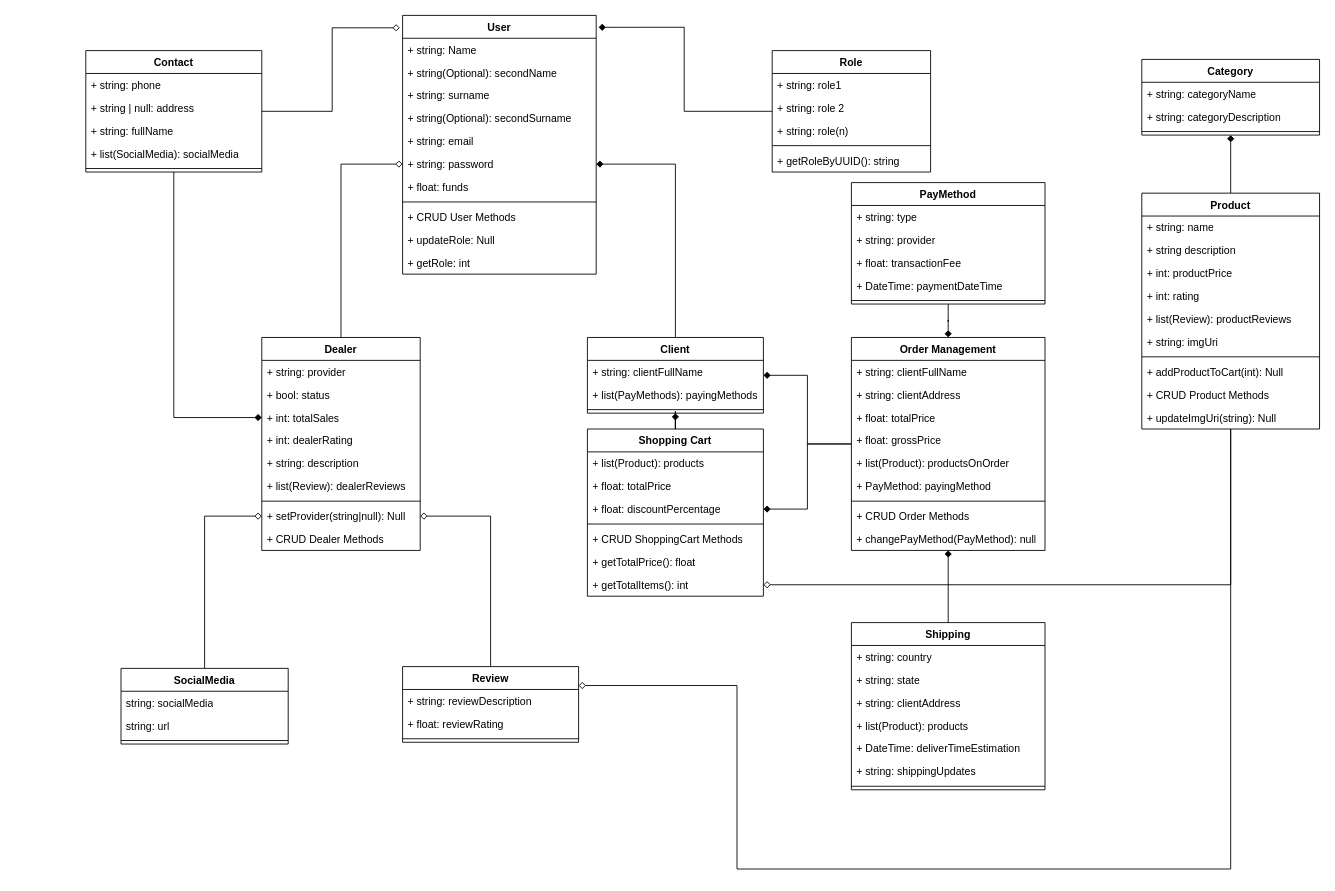
Earlier version of the draw.io diagram Requeriment_Diagram.drawio (SebastA-Dev/Feature-Projects). Source tidied: cells renumbered, new cells numbered last; positions are measured from the earlier drawing's top-left corner, leaving out a move shared by most shapes. Both pictures are drawn from the tidied source at 88%, with x=0, y=0 at pixel (85, 15).
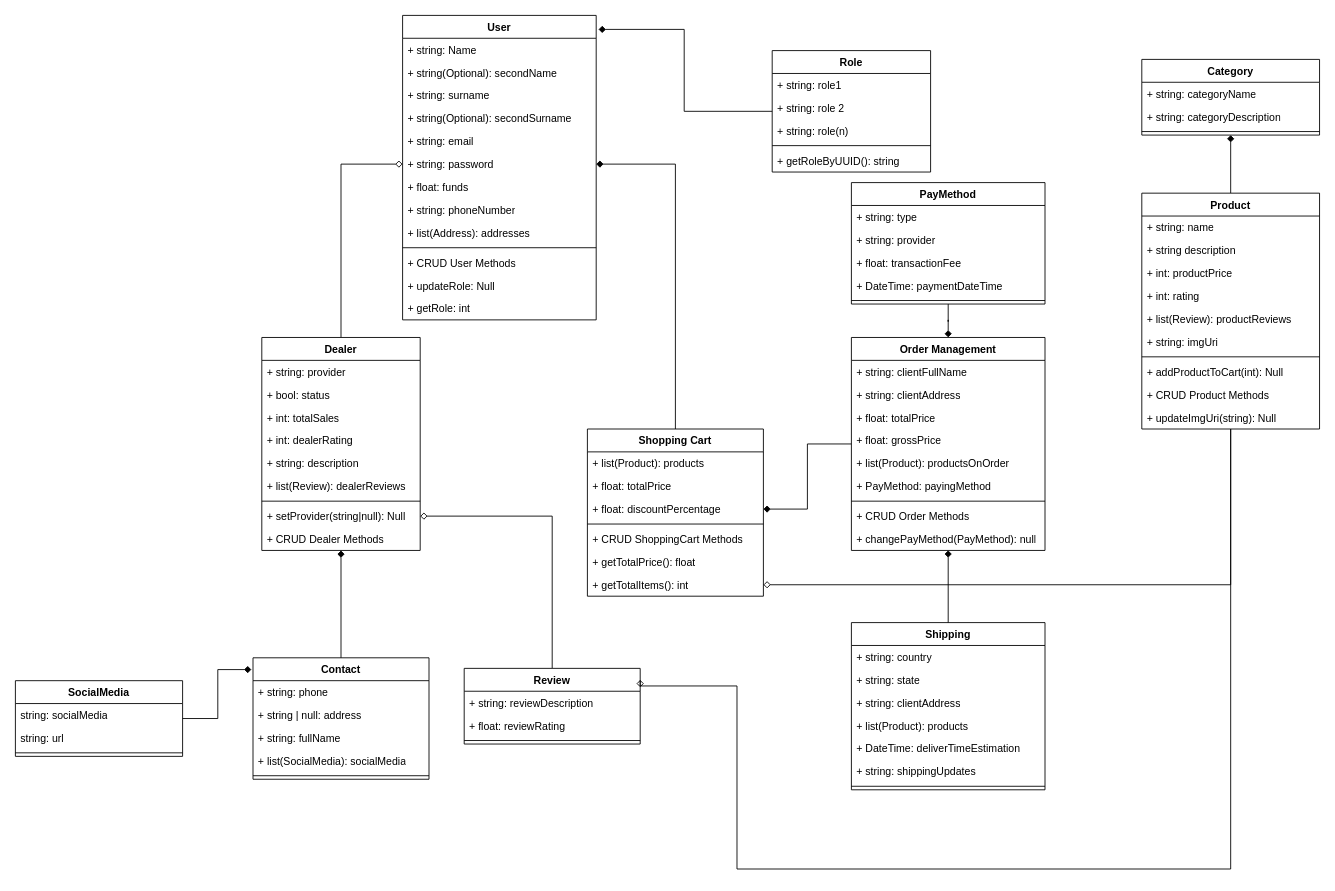
The same page after the edit.

Unchanged cells that the change refers to:
```xml
<mxCell id="8" value="+ string: password" style="text;strokeColor=none;fillColor=none;align=left;verticalAlign=top;spacingLeft=4;spacingRight=4;overflow=hidden;points=[[0,0.5],[1,0.5]];portConstraint=eastwest;whiteSpace=wrap;html=1;" parent="2" vertex="1">
  <mxGeometry y="156" width="220" height="26" as="geometry" />
</mxCell>
<mxCell id="15" value="Shopping Cart" style="swimlane;fontStyle=1;align=center;verticalAlign=top;horizontal=1;startSize=26;whiteSpace=wrap;html=1;" parent="1" vertex="1">
  <mxGeometry x="570" y="470" width="200" height="190" as="geometry" />
</mxCell>
<mxCell id="25" value="Order Management" style="swimlane;fontStyle=1;align=center;verticalAlign=top;horizontal=1;startSize=26;whiteSpace=wrap;html=1;" parent="1" vertex="1">
  <mxGeometry x="870" y="366" width="220" height="242" as="geometry" />
</mxCell>
<mxCell id="81" value="+ int: totalSales" style="text;strokeColor=none;fillColor=none;align=left;verticalAlign=top;spacingLeft=4;spacingRight=4;overflow=hidden;points=[[0,0.5],[1,0.5]];portConstraint=eastwest;whiteSpace=wrap;html=1;" parent="78" vertex="1">
  <mxGeometry y="78" width="180" height="26" as="geometry" />
</mxCell>
<mxCell id="86" value="+ setProvider(string|null): Null" style="text;strokeColor=none;fillColor=none;align=left;verticalAlign=top;spacingLeft=4;spacingRight=4;overflow=hidden;points=[[0,0.5],[1,0.5]];portConstraint=eastwest;whiteSpace=wrap;html=1;" parent="78" vertex="1">
  <mxGeometry y="190" width="180" height="26" as="geometry" />
</mxCell>
<mxCell id="87" value="+ CRUD Dealer Methods" style="text;strokeColor=none;fillColor=none;align=left;verticalAlign=top;spacingLeft=4;spacingRight=4;overflow=hidden;points=[[0,0.5],[1,0.5]];portConstraint=eastwest;whiteSpace=wrap;html=1;" parent="78" vertex="1">
  <mxGeometry y="216" width="180" height="26" as="geometry" />
</mxCell>
```

The edit, as a diff of the source:
```diff
@@
     <mxCell id="2" value="User" style="swimlane;fontStyle=1;align=center;verticalAlign=top;horizontal=1;startSize=26;whiteSpace=wrap;html=1;" parent="1" vertex="1">
-      <mxGeometry x="360" width="220" height="294" as="geometry" />
+      <mxGeometry x="360" width="220" height="346" as="geometry" />
     </mxCell>
@@
+    <mxCell id="110" value="+ string: phoneNumber" style="text;strokeColor=none;fillColor=none;align=left;verticalAlign=top;spacingLeft=4;spacingRight=4;overflow=hidden;whiteSpace=wrap;html=1;" parent="2" vertex="1">
+      <mxGeometry y="208" width="220" height="26" as="geometry" />
+    </mxCell>
+    <mxCell id="111" value="+ list(Address): addresses" style="text;strokeColor=none;fillColor=none;align=left;verticalAlign=top;spacingLeft=4;spacingRight=4;overflow=hidden;whiteSpace=wrap;html=1;" parent="2" vertex="1">
+      <mxGeometry y="234" width="220" height="26" as="geometry" />
+    </mxCell>
     <mxCell id="10" style="line;strokeWidth=1;fillColor=none;align=left;verticalAlign=middle;spacingTop=-1;spacingLeft=3;spacingRight=3;labelPosition=right;strokeColor=inherit;" parent="2" vertex="1">
-      <mxGeometry y="208" width="220" height="8" as="geometry" />
+      <mxGeometry y="260" width="220" height="8" as="geometry" />
     </mxCell>
     <mxCell id="11" value="&lt;div&gt;+ CRUD User Methods&lt;/div&gt;" style="text;strokeColor=none;fillColor=none;align=left;verticalAlign=top;spacingLeft=4;spacingRight=4;overflow=hidden;whiteSpace=wrap;html=1;" parent="2" vertex="1">
-      <mxGeometry y="216" width="220" height="26" as="geometry" />
+      <mxGeometry y="268" width="220" height="26" as="geometry" />
     </mxCell>
     <mxCell id="12" value="+ updateRole: Null" style="text;strokeColor=none;fillColor=none;align=left;verticalAlign=top;spacingLeft=4;spacingRight=4;overflow=hidden;whiteSpace=wrap;html=1;" parent="2" vertex="1">
-      <mxGeometry y="242" width="220" height="26" as="geometry" />
+      <mxGeometry y="294" width="220" height="26" as="geometry" />
     </mxCell>
     <mxCell id="13" value="+ getRole: int" style="text;strokeColor=none;fillColor=none;align=left;verticalAlign=top;spacingLeft=4;spacingRight=4;overflow=hidden;whiteSpace=wrap;html=1;" parent="2" vertex="1">
-      <mxGeometry y="268" width="220" height="26" as="geometry" />
+      <mxGeometry y="320" width="220" height="26" as="geometry" />
     </mxCell>
-    <mxCell id="14" style="edgeStyle=orthogonalEdgeStyle;rounded=0;jettySize=auto;html=1;entryX=0.5;entryY=1;entryDx=0;entryDy=0;endArrow=diamond;endFill=1;" parent="1" edge="1" source="15" target="73">
-      <mxGeometry relative="1" as="geometry" />
-    </mxCell>
@@
-    <mxCell id="23" style="edgeStyle=orthogonalEdgeStyle;rounded=0;jettySize=auto;html=1;endArrow=diamond;endFill=1;" parent="1" edge="1" source="25" target="73">
-      <mxGeometry relative="1" as="geometry" />
-    </mxCell>
@@
     <mxCell id="44" value="Review" style="swimlane;fontStyle=1;align=center;verticalAlign=top;horizontal=1;startSize=26;whiteSpace=wrap;html=1;" parent="1" vertex="1">
-      <mxGeometry x="360" y="740" width="200" height="86" as="geometry" />
+      <mxGeometry x="430" y="742" width="200" height="86" as="geometry" />
     </mxCell>
@@
-    <mxCell id="72" style="edgeStyle=orthogonalEdgeStyle;rounded=0;jettySize=auto;html=1;entryX=1;entryY=0.5;entryDx=0;entryDy=0;endArrow=diamond;endFill=1;" parent="1" edge="1" source="73" target="8">
+    <mxCell id="72" style="edgeStyle=orthogonalEdgeStyle;rounded=0;jettySize=auto;html=1;entryX=1;entryY=0.5;entryDx=0;entryDy=0;endArrow=diamond;endFill=1;exitX=0.5;exitY=0;exitDx=0;exitDy=0;" parent="1" edge="1" source="15" target="8">
       <mxGeometry relative="1" as="geometry" />
     </mxCell>
-    <mxCell id="73" value="Client" style="swimlane;fontStyle=1;align=center;verticalAlign=top;horizontal=1;startSize=26;whiteSpace=wrap;html=1;" parent="1" vertex="1">
-      <mxGeometry x="570" y="366" width="200" height="86" as="geometry" />
-    </mxCell>
-    <mxCell id="74" value="+ string: clientFullName" style="text;strokeColor=none;fillColor=none;align=left;verticalAlign=top;spacingLeft=4;spacingRight=4;overflow=hidden;whiteSpace=wrap;html=1;" parent="73" vertex="1">
-      <mxGeometry y="26" width="200" height="26" as="geometry" />
-    </mxCell>
-    <mxCell id="75" value="+ list(PayMethods): payingMethods" style="text;strokeColor=none;fillColor=none;align=left;verticalAlign=top;spacingLeft=4;spacingRight=4;overflow=hidden;whiteSpace=wrap;html=1;" parent="73" vertex="1">
-      <mxGeometry y="52" width="200" height="26" as="geometry" />
-    </mxCell>
-    <mxCell id="76" style="line;strokeWidth=1;fillColor=none;align=left;verticalAlign=middle;spacingTop=-1;spacingLeft=3;spacingRight=3;labelPosition=right;strokeColor=inherit;" parent="73" vertex="1">
-      <mxGeometry y="78" width="200" height="8" as="geometry" />
-    </mxCell>
@@
-    <mxCell id="88" style="edgeStyle=orthogonalEdgeStyle;rounded=0;jettySize=auto;html=1;entryX=0;entryY=0.5;entryDx=0;entryDy=0;endArrow=diamond;endFill=1;" parent="1" edge="1" source="89" target="81">
-      <mxGeometry relative="1" as="geometry" />
-    </mxCell>
     <mxCell id="89" value="Contact" style="swimlane;fontStyle=1;align=center;verticalAlign=top;horizontal=1;startSize=26;whiteSpace=wrap;html=1;" parent="1" vertex="1">
-      <mxGeometry y="40" width="200" height="138" as="geometry" />
+      <mxGeometry x="190" y="730" width="200" height="138" as="geometry" />
     </mxCell>
@@
-    <mxCell id="95" style="edgeStyle=orthogonalEdgeStyle;rounded=0;jettySize=auto;html=1;entryX=0;entryY=0.5;entryDx=0;entryDy=0;endArrow=diamond;endFill=0;" parent="1" edge="1" source="96" target="86">
-      <mxGeometry relative="1" as="geometry" />
-    </mxCell>
     <mxCell id="96" value="SocialMedia" style="swimlane;fontStyle=1;align=center;verticalAlign=top;horizontal=1;startSize=26;whiteSpace=wrap;html=1;" parent="1" vertex="1">
-      <mxGeometry x="40" y="742" width="190" height="86" as="geometry" />
+      <mxGeometry x="-80" y="756" width="190" height="86" as="geometry" />
     </mxCell>
@@
-    <mxCell id="101" style="edgeStyle=orthogonalEdgeStyle;rounded=0;jettySize=auto;html=1;entryX=-0.014;entryY=0.048;entryDx=0;entryDy=0;entryPerimeter=0;endArrow=diamond;endFill=0;" parent="1" edge="1" source="89" target="2">
-      <mxGeometry relative="1" as="geometry" />
-    </mxCell>
@@
+    <mxCell id="112" style="edgeStyle=orthogonalEdgeStyle;rounded=0;jettySize=auto;html=1;entryX=0.5;entryY=1;entryDx=0;entryDy=0;entryPerimeter=0;endArrow=diamond;endFill=1;" parent="1" edge="1" source="89" target="87">
+      <mxGeometry relative="1" as="geometry" />
+    </mxCell>
+    <mxCell id="113" style="edgeStyle=orthogonalEdgeStyle;rounded=0;jettySize=auto;html=1;entryX=-0.009;entryY=0.097;entryDx=0;entryDy=0;entryPerimeter=0;endArrow=diamond;endFill=1;" parent="1" edge="1" source="96" target="89">
+      <mxGeometry relative="1" as="geometry" />
+    </mxCell>
```
